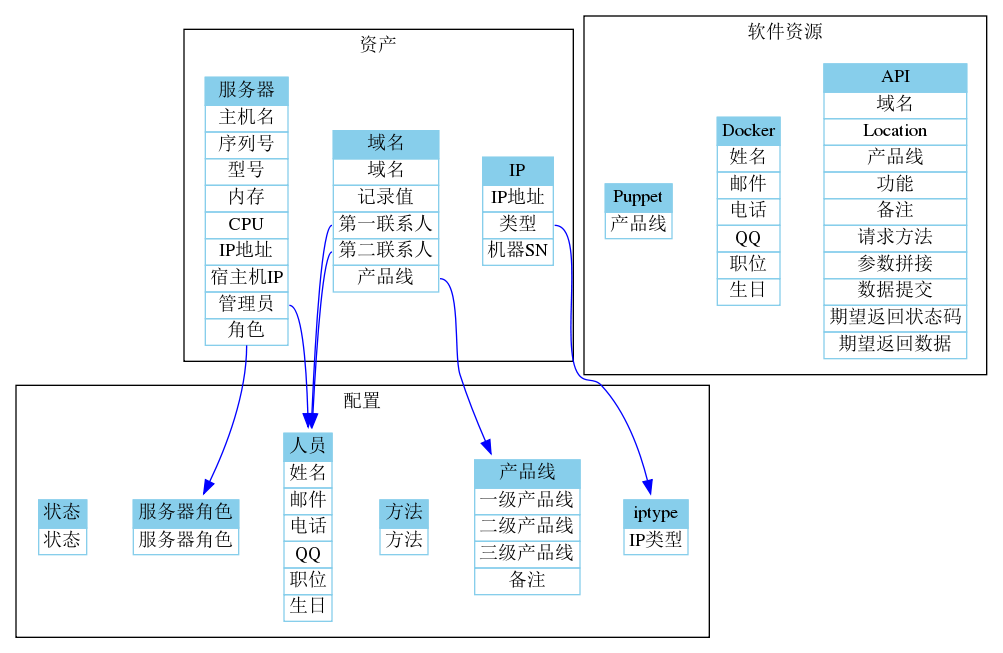
The Graphviz diagram cmdb/yourcmdb/gen-object-xml/cmdb.png in annProg/learn, before a commit. Its source is kept beside it as cmdb/yourcmdb/gen-object-xml/cmdb.dot.
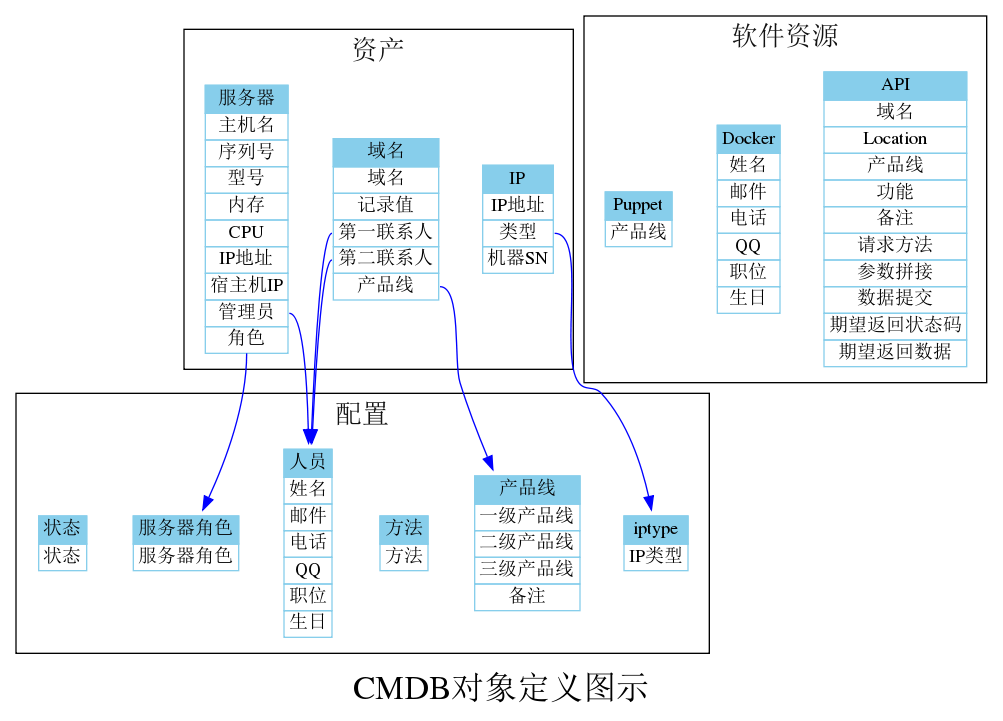
Above is the later version.

Change to the diagram source:
```diff
@@ -1,7 +1,12 @@
 digraph cmdb {
+ label="CMDB对象定义图示";
+fontsize=25;
  rankdir=TB;
     subgraph cluster_配置 {
          label="配置";
+fontsize=20;
+fontcolor=gray7;
+
         "iptype" [color="skyblue", shape="plaintext", label=<<table border="0" cellborder="1" cellspacing="0" align="left"><tr><td bgcolor="skyblue">iptype</td></tr><tr><td port="ip-type">IP类型</td></tr></table>>];
         "产品线" [color="skyblue", shape="plaintext", label=<<table border="0" cellborder="1" cellspacing="0" align="left"><tr><td bgcolor="skyblue">产品线</td></tr><tr><td port="conf-productline-l1">一级产品线</td></tr><tr><td port="conf-productline-l2">二级产品线</td></tr><tr><td port="conf-productline-l3">三级产品线</td></tr><tr><td port="conf-productline-extra">备注</td></tr></table>>];
         "方法" [color="skyblue", shape="plaintext", label=<<table border="0" cellborder="1" cellspacing="0" align="left"><tr><td bgcolor="skyblue">方法</td></tr><tr><td port="http-requestmethod">方法</td></tr></table>>];
@@ -11,12 +16,18 @@
 }
     subgraph cluster_软件资源 {
          label="软件资源";
+fontsize=20;
+fontcolor=gray7;
+
         "API" [color="skyblue", shape="plaintext", label=<<table border="0" cellborder="1" cellspacing="0" align="left"><tr><td bgcolor="skyblue">API</td></tr><tr><td port="api-base">域名</td></tr><tr><td port="api-location">Location</td></tr><tr><td port="api-productline">产品线</td></tr><tr><td port="api-function">功能</td></tr><tr><td port="api-comment">备注</td></tr><tr><td port="api-method">请求方法</td></tr><tr><td port="api-params">参数拼接</td></tr><tr><td port="api-data">数据提交</td></tr><tr><td port="api-response">期望返回状态码</td></tr><tr><td port="api-expect">期望返回数据</td></tr></table>>];
         "Docker" [color="skyblue", shape="plaintext", label=<<table border="0" cellborder="1" cellspacing="0" align="left"><tr><td bgcolor="skyblue">Docker</td></tr><tr><td port="conf-staff-name">姓名</td></tr><tr><td port="conf-staff-email">邮件</td></tr><tr><td port="conf-staff-phone">电话</td></tr><tr><td port="conf-staff-qq">QQ</td></tr><tr><td port="conf-staff-title">职位</td></tr><tr><td port="conf-staff-birth">生日</td></tr></table>>];
         "Puppet" [color="skyblue", shape="plaintext", label=<<table border="0" cellborder="1" cellspacing="0" align="left"><tr><td bgcolor="skyblue">Puppet</td></tr><tr><td port="conf-productline">产品线</td></tr></table>>];
 }
     subgraph cluster_资产 {
          label="资产";
+fontsize=20;
+fontcolor=gray7;
+
         "IP":iptype -> "iptype" [color="blue",side="l"];
         "IP" [color="skyblue", shape="plaintext", label=<<table border="0" cellborder="1" cellspacing="0" align="left"><tr><td bgcolor="skyblue">IP</td></tr><tr><td port="ip">IP地址</td></tr><tr><td port="iptype">类型</td></tr><tr><td port="sn">机器SN</td></tr></table>>];
         "服务器":administrator -> "人员" [color="blue",side="l"];
```
